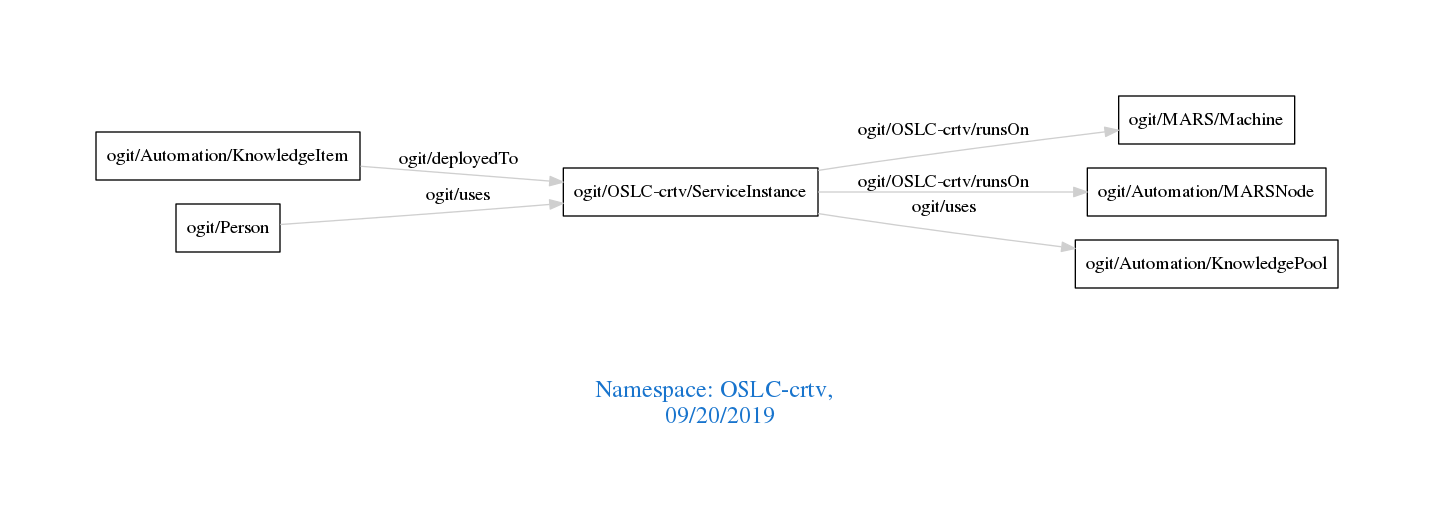
The Graphviz diagram downloads/OSLC-crtv.png in arago/OGIT, before a commit. Its source is kept beside it as downloads/OSLC-crtv.dot.
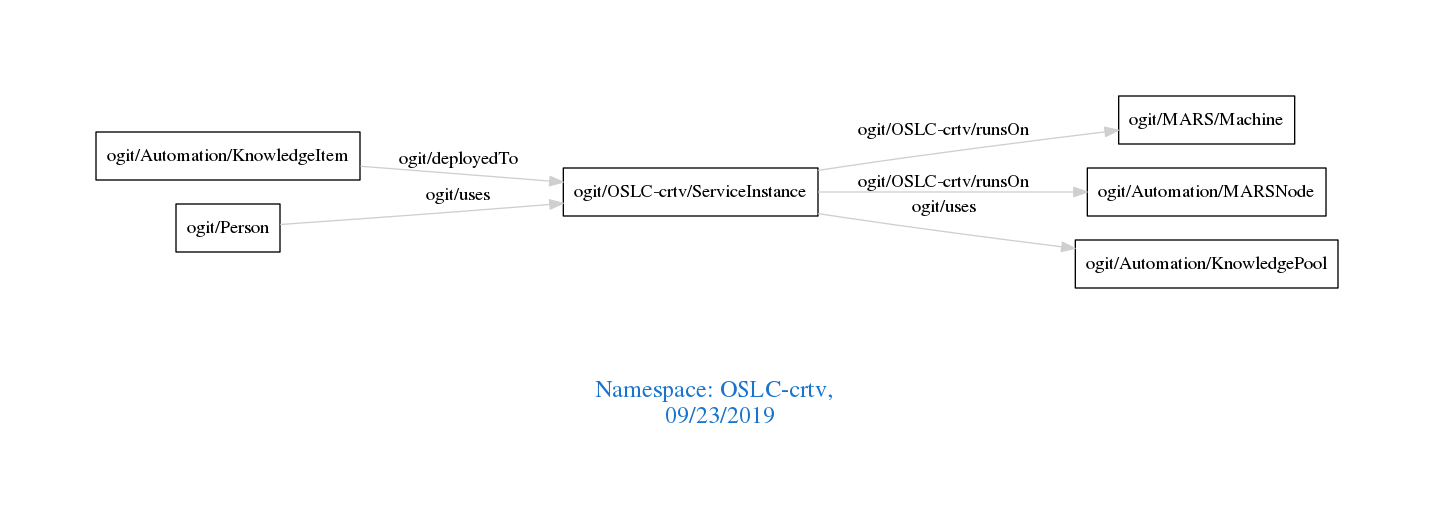
The same file after the commit.

Change to the diagram source:
```diff
@@ -1,7 +1,7 @@
 digraph OGIT_ontology {
  graph [ rankdir= LR,pad=1
 fontsize = 18,
-fontcolor= dodgerblue3,label = "\n\n\nNamespace: OSLC-crtv, \n 09/20/2019"];
+fontcolor= dodgerblue3,label = "\n\n\nNamespace: OSLC-crtv, \n 09/23/2019"];
 node[shape=polygon];
 edge [  color="gray81"];
 
```
